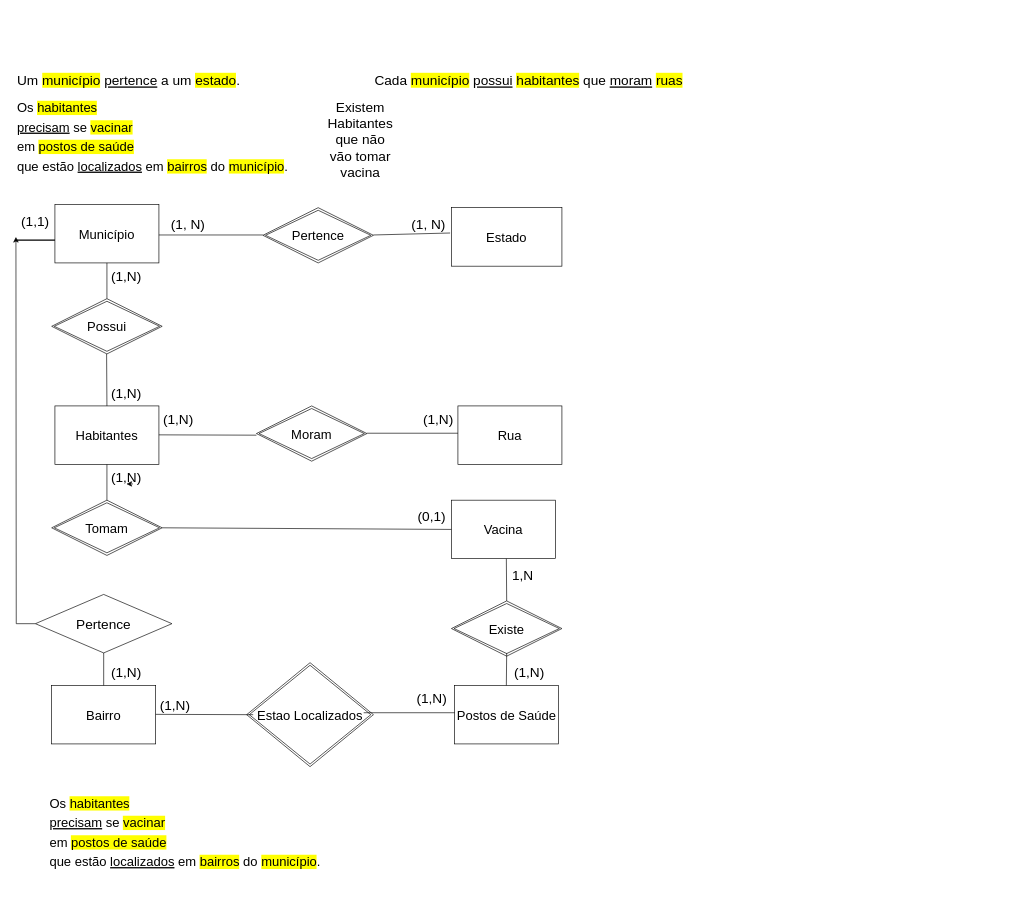
The draw.io diagram page "DER-EstudoDirigido" (1 of 2) of AULA-03-Nov-2020.drawio in vladimiralencar/Alunos-UEPB-BancoDeDados, before the edit. Source tidied: cells renumbered, new cells numbered last; positions are measured from the earlier drawing's top-left corner, leaving out a move shared by most shapes. Both pictures are drawn from the tidied source at 65%, with x=0, y=0 at pixel (16, 68).
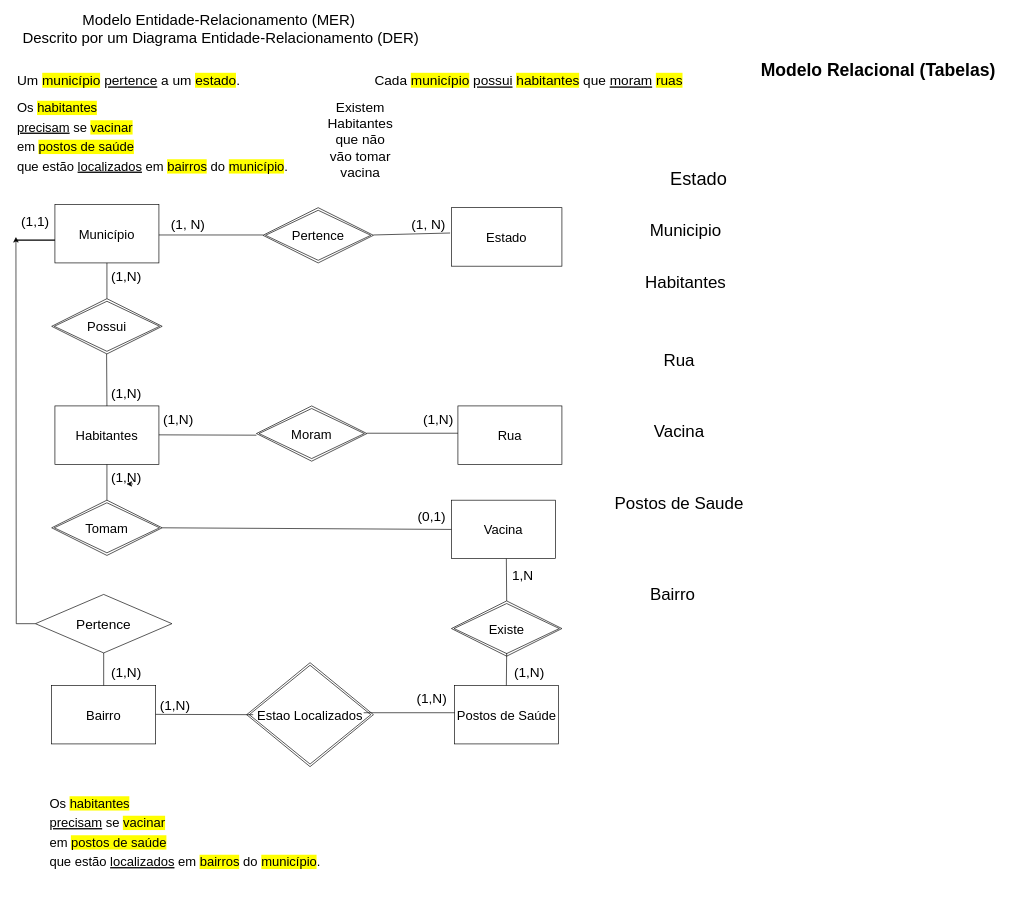
After the change.

Diff of the diagram source:
```diff
@@
+    <mxCell id="51" value="&lt;font style=&quot;font-size: 23px&quot;&gt;Modelo Entidade-Relacionamento (MER)&amp;nbsp;&lt;br&gt;Descrito por um Diagrama Entidade-Relacionamento (DER)&lt;br&gt;&lt;/font&gt;" style="text;html=1;align=center;verticalAlign=middle;" parent="1" vertex="1">
+      <mxGeometry y="-80" width="630" height="40" as="geometry" />
+    </mxCell>
+    <mxCell id="52" value="&lt;font style=&quot;font-size: 27px&quot;&gt;&lt;b&gt;Modelo Relacional (Tabelas)&amp;nbsp;&lt;br&gt;&lt;/b&gt;&lt;br&gt;&lt;/font&gt;" style="text;html=1;align=center;verticalAlign=middle;" parent="1" vertex="1">
+      <mxGeometry x="1140" width="380" height="40" as="geometry" />
+    </mxCell>
+    <mxCell id="53" value="&lt;font style=&quot;font-size: 28px&quot;&gt;Estado&lt;/font&gt;" style="text;html=1;align=center;verticalAlign=middle;" parent="1" vertex="1">
+      <mxGeometry x="1000" y="155" width="100" height="30" as="geometry" />
+    </mxCell>
+    <mxCell id="54" value="Municipio" style="text;html=1;align=center;verticalAlign=middle;fontSize=26;" parent="1" vertex="1">
+      <mxGeometry x="965" y="230" width="130" height="40" as="geometry" />
+    </mxCell>
+    <mxCell id="55" value="Habitantes" style="text;html=1;align=center;verticalAlign=middle;fontSize=26;" parent="1" vertex="1">
+      <mxGeometry x="960" y="310" width="140" height="40" as="geometry" />
+    </mxCell>
+    <mxCell id="56" value="Rua" style="text;html=1;align=center;verticalAlign=middle;fontSize=26;" parent="1" vertex="1">
+      <mxGeometry x="990" y="430" width="60" height="40" as="geometry" />
+    </mxCell>
+    <mxCell id="57" value="Vacina" style="text;html=1;align=center;verticalAlign=middle;fontSize=26;" parent="1" vertex="1">
+      <mxGeometry x="975" y="540" width="90" height="40" as="geometry" />
+    </mxCell>
+    <mxCell id="58" value="Postos de Saude" style="text;html=1;align=center;verticalAlign=middle;fontSize=26;" parent="1" vertex="1">
+      <mxGeometry x="915" y="650" width="210" height="40" as="geometry" />
+    </mxCell>
+    <mxCell id="59" value="Bairro" style="text;html=1;align=center;verticalAlign=middle;fontSize=26;" parent="1" vertex="1">
+      <mxGeometry x="970" y="790" width="80" height="40" as="geometry" />
+    </mxCell>
```
